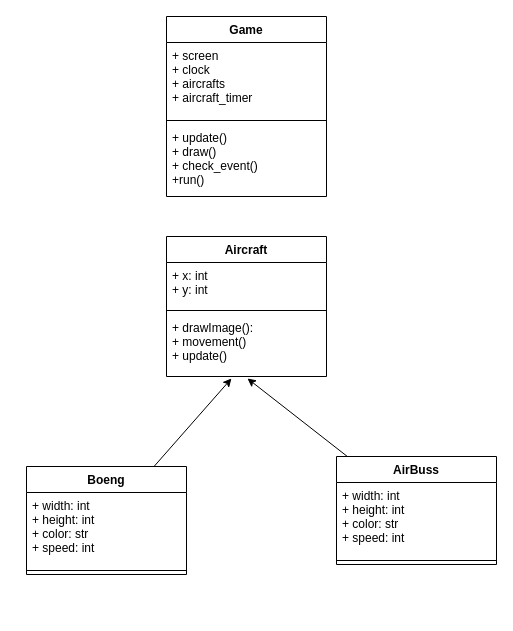
The draw.io diagram 0_Pygame/AmDam/AmDam.drawio in mareis/IT2_22-23, before the edit. Source tidied: cells renumbered, new cells numbered last; positions are measured from the earlier drawing's top-left corner, leaving out a move shared by most shapes. Both pictures are drawn from the tidied source at 100%, with x=0, y=0 at pixel (26, 16).
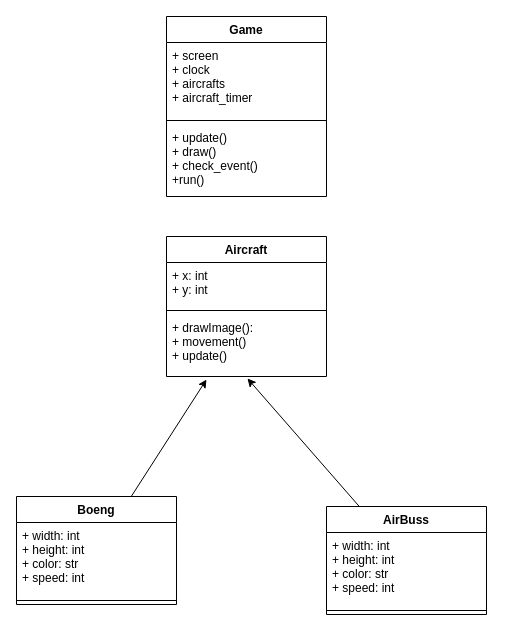
The same diagram, later.

Change to the diagram source:
```diff
@@
 <mxGraphModel>
   <root>
     <mxCell id="0" />
     <mxCell id="1" parent="0" />
     <mxCell id="2" value="Game" style="swimlane;fontStyle=1;align=center;verticalAlign=top;horizontal=1;startSize=26;" parent="1" vertex="1">
       <mxGeometry x="140" width="160" height="180" as="geometry" />
     </mxCell>
     <mxCell id="3" value="+ screen&#10;+ clock&#10;+ aircrafts&#10;+ aircraft_timer" style="text;strokeColor=none;fillColor=none;align=left;verticalAlign=top;spacingLeft=4;spacingRight=4;overflow=hidden;" parent="2" vertex="1">
       <mxGeometry y="26" width="160" height="74" as="geometry" />
     </mxCell>
     <mxCell id="4" style="line;strokeWidth=1;fillColor=none;align=left;verticalAlign=middle;spacingTop=-1;spacingLeft=3;spacingRight=3;labelPosition=right;strokeColor=inherit;" parent="2" vertex="1">
       <mxGeometry y="100" width="160" height="8" as="geometry" />
     </mxCell>
     <mxCell id="5" value="+ update()&#10;+ draw()&#10;+ check_event()&#10;+run()" style="text;strokeColor=none;fillColor=none;align=left;verticalAlign=top;spacingLeft=4;spacingRight=4;overflow=hidden;" parent="2" vertex="1">
       <mxGeometry y="108" width="160" height="72" as="geometry" />
     </mxCell>
     <mxCell id="6" value="Aircraft" style="swimlane;fontStyle=1;align=center;verticalAlign=top;horizontal=1;startSize=26;" parent="1" vertex="1">
       <mxGeometry x="140" y="220" width="160" height="140" as="geometry" />
     </mxCell>
     <mxCell id="7" value="+ x: int&#10;+ y: int&#10;" style="text;strokeColor=none;fillColor=none;align=left;verticalAlign=top;spacingLeft=4;spacingRight=4;overflow=hidden;" parent="6" vertex="1">
       <mxGeometry y="26" width="160" height="44" as="geometry" />
     </mxCell>
     <mxCell id="8" style="line;strokeWidth=1;fillColor=none;align=left;verticalAlign=middle;spacingTop=-1;spacingLeft=3;spacingRight=3;labelPosition=right;strokeColor=inherit;" parent="6" vertex="1">
       <mxGeometry y="70" width="160" height="8" as="geometry" />
     </mxCell>
     <mxCell id="9" value="+ drawImage(): &#10;+ movement()&#10;+ update()" style="text;strokeColor=none;fillColor=none;align=left;verticalAlign=top;spacingLeft=4;spacingRight=4;overflow=hidden;points=[[0,0.5],[1,0.5]];portConstraint=eastwest;" parent="6" vertex="1">
       <mxGeometry y="78" width="160" height="62" as="geometry" />
     </mxCell>
-    <mxCell id="10" style="edgeStyle=none;html=1;entryX=0.406;entryY=1.032;entryDx=0;entryDy=0;entryPerimeter=0;" parent="1" edge="1" source="11" target="9">
+    <mxCell id="10" style="edgeStyle=none;html=1;entryX=0.25;entryY=1.048;entryDx=0;entryDy=0;entryPerimeter=0;" parent="1" edge="1" source="11" target="9">
       <mxGeometry relative="1" as="geometry" />
     </mxCell>
     <mxCell id="11" value="Boeng" style="swimlane;fontStyle=1;align=center;verticalAlign=top;horizontal=1;startSize=26;" parent="1" vertex="1">
-      <mxGeometry y="450" width="160" height="108" as="geometry" />
+      <mxGeometry x="-10" y="480" width="160" height="108" as="geometry" />
     </mxCell>
     <mxCell id="12" value="+ width: int&#10;+ height: int&#10;+ color: str&#10;+ speed: int" style="text;strokeColor=none;fillColor=none;align=left;verticalAlign=top;spacingLeft=4;spacingRight=4;overflow=hidden;" parent="11" vertex="1">
       <mxGeometry y="26" width="160" height="74" as="geometry" />
     </mxCell>
     <mxCell id="13" style="line;strokeWidth=1;fillColor=none;align=left;verticalAlign=middle;spacingTop=-1;spacingLeft=3;spacingRight=3;labelPosition=right;strokeColor=inherit;" parent="11" vertex="1">
       <mxGeometry y="100" width="160" height="8" as="geometry" />
     </mxCell>
     <mxCell id="14" style="edgeStyle=none;html=1;entryX=0.506;entryY=1.032;entryDx=0;entryDy=0;entryPerimeter=0;" parent="1" edge="1" source="15" target="9">
       <mxGeometry relative="1" as="geometry" />
     </mxCell>
     <mxCell id="15" value="AirBuss" style="swimlane;fontStyle=1;align=center;verticalAlign=top;horizontal=1;startSize=26;" parent="1" vertex="1">
-      <mxGeometry x="310" y="440" width="160" height="108" as="geometry" />
+      <mxGeometry x="300" y="490" width="160" height="108" as="geometry" />
     </mxCell>
     <mxCell id="16" value="+ width: int&#10;+ height: int&#10;+ color: str&#10;+ speed: int" style="text;strokeColor=none;fillColor=none;align=left;verticalAlign=top;spacingLeft=4;spacingRight=4;overflow=hidden;" parent="15" vertex="1">
       <mxGeometry y="26" width="160" height="74" as="geometry" />
     </mxCell>
     <mxCell id="17" style="line;strokeWidth=1;fillColor=none;align=left;verticalAlign=middle;spacingTop=-1;spacingLeft=3;spacingRight=3;labelPosition=right;strokeColor=inherit;" parent="15" vertex="1">
       <mxGeometry y="100" width="160" height="8" as="geometry" />
     </mxCell>
   </root>
 </mxGraphModel>
```
